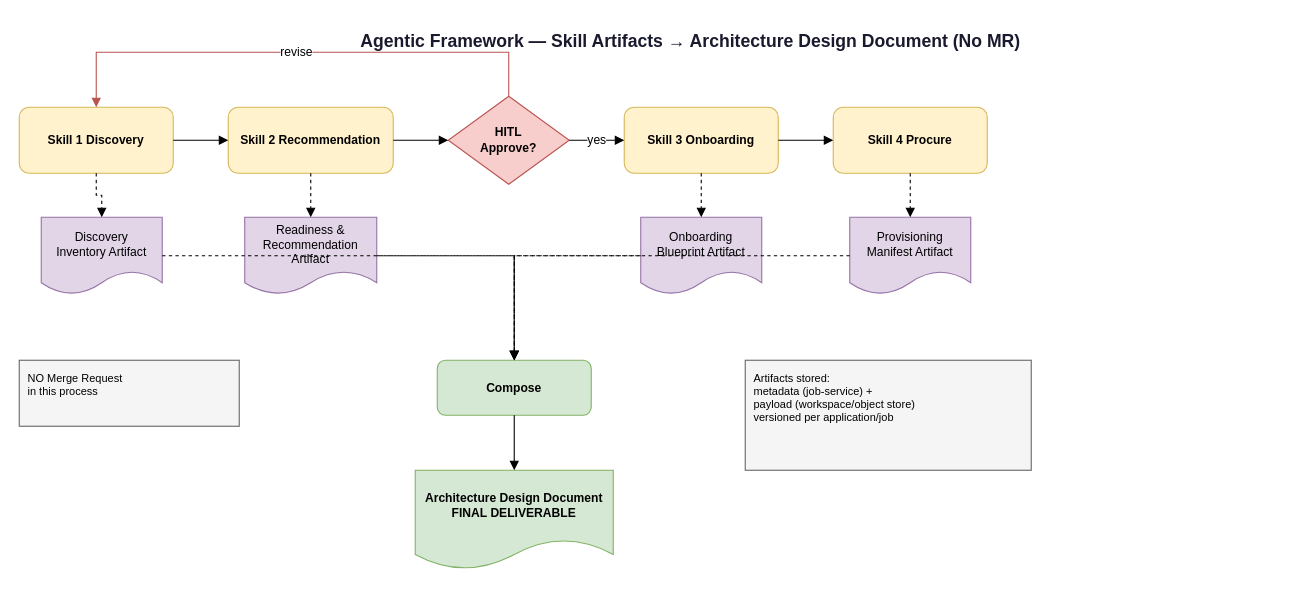
Earlier version of the draw.io diagram docs/07-skill-artifacts.drawio (shivank22/ICE). Source tidied: cells renumbered, new cells numbered last; positions are measured from the earlier drawing's top-left corner, leaving out a move shared by most shapes. Both pictures are drawn from the tidied source at 110%, with x=0, y=0 at pixel (19, 19).
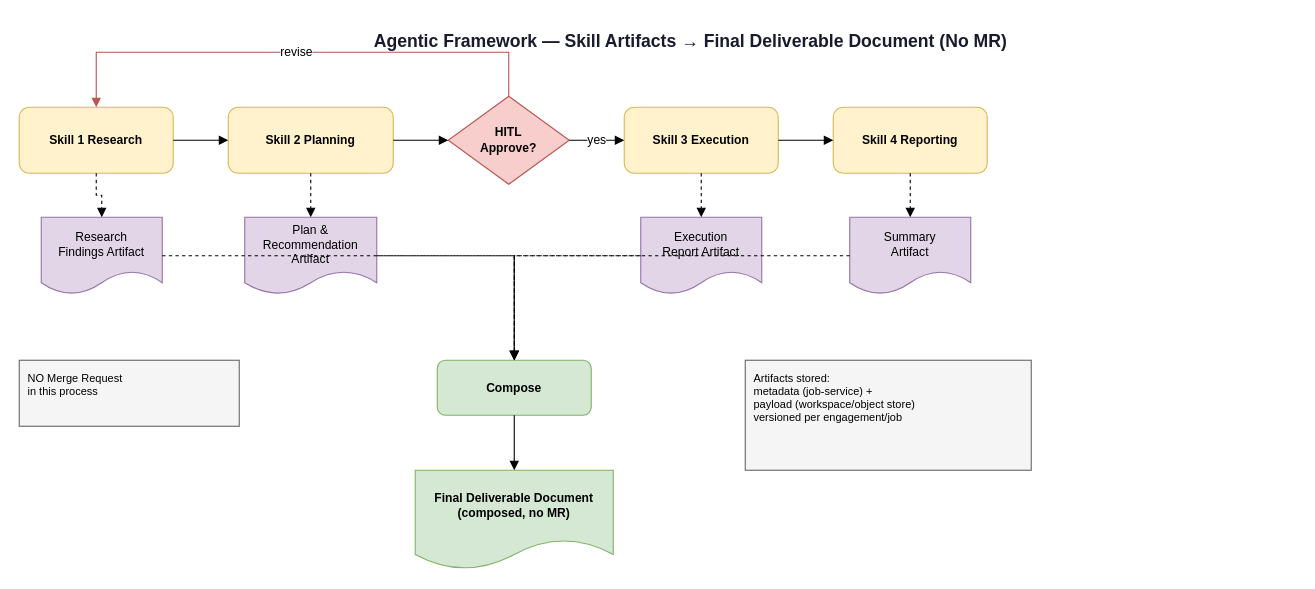
Above is the later version.

The change refers to these unchanged cells:
```xml
<mxCell id="7" value="HITL&#10;Approve?" style="rhombus;whiteSpace=wrap;html=1;fillColor=#f8cecc;strokeColor=#b85450;fontSize=11;fontStyle=1;" parent="1" vertex="1">
  <mxGeometry x="390" y="70" width="110" height="80" as="geometry" />
</mxCell>
<mxCell id="12" value="Compose" style="rounded=1;whiteSpace=wrap;html=1;fillColor=#d5e8d4;strokeColor=#82b366;fontSize=11;fontStyle=1;" parent="1" vertex="1">
  <mxGeometry x="380" y="310" width="140" height="50" as="geometry" />
</mxCell>
```

Diff of the diagram source:
```diff
@@
-    <mxCell id="2" value="Agentic Framework — Skill Artifacts → Architecture Design Document (No MR)" style="text;html=1;strokeColor=none;fillColor=none;align=center;verticalAlign=middle;fontStyle=1;fontSize=16;fontColor=#1a1a2e;" parent="1" vertex="1">
+    <mxCell id="2" value="Agentic Framework — Skill Artifacts → Final Deliverable Document (No MR)" style="text;html=1;strokeColor=none;fillColor=none;align=center;verticalAlign=middle;fontStyle=1;fontSize=16;fontColor=#1a1a2e;" parent="1" vertex="1">
       <mxGeometry x="60" width="1100" height="40" as="geometry" />
     </mxCell>
-    <mxCell id="3" value="Skill 1 Discovery" style="rounded=1;whiteSpace=wrap;html=1;fillColor=#fff2cc;strokeColor=#d6b656;fontSize=11;fontStyle=1;" parent="1" vertex="1">
+    <mxCell id="3" value="Skill 1 Research" style="rounded=1;whiteSpace=wrap;html=1;fillColor=#fff2cc;strokeColor=#d6b656;fontSize=11;fontStyle=1;" parent="1" vertex="1">
       <mxGeometry y="80" width="140" height="60" as="geometry" />
     </mxCell>
-    <mxCell id="4" value="Discovery&#10;Inventory Artifact" style="shape=document;whiteSpace=wrap;html=1;boundedLbl=1;fillColor=#e1d5e7;strokeColor=#9673a6;fontSize=11;" parent="1" vertex="1">
+    <mxCell id="4" value="Research&#10;Findings Artifact" style="shape=document;whiteSpace=wrap;html=1;boundedLbl=1;fillColor=#e1d5e7;strokeColor=#9673a6;fontSize=11;" parent="1" vertex="1">
       <mxGeometry x="20" y="180" width="110" height="70" as="geometry" />
     </mxCell>
-    <mxCell id="5" value="Skill 2 Recommendation" style="rounded=1;whiteSpace=wrap;html=1;fillColor=#fff2cc;strokeColor=#d6b656;fontSize=11;fontStyle=1;" parent="1" vertex="1">
+    <mxCell id="5" value="Skill 2 Planning" style="rounded=1;whiteSpace=wrap;html=1;fillColor=#fff2cc;strokeColor=#d6b656;fontSize=11;fontStyle=1;" parent="1" vertex="1">
       <mxGeometry x="190" y="80" width="150" height="60" as="geometry" />
     </mxCell>
-    <mxCell id="6" value="Readiness &amp;&#10;Recommendation Artifact" style="shape=document;whiteSpace=wrap;html=1;boundedLbl=1;fillColor=#e1d5e7;strokeColor=#9673a6;fontSize=11;" parent="1" vertex="1">
+    <mxCell id="6" value="Plan &amp;&#10;Recommendation Artifact" style="shape=document;whiteSpace=wrap;html=1;boundedLbl=1;fillColor=#e1d5e7;strokeColor=#9673a6;fontSize=11;" parent="1" vertex="1">
       <mxGeometry x="205" y="180" width="120" height="70" as="geometry" />
     </mxCell>
@@
-    <mxCell id="8" value="Skill 3 Onboarding" style="rounded=1;whiteSpace=wrap;html=1;fillColor=#fff2cc;strokeColor=#d6b656;fontSize=11;fontStyle=1;" parent="1" vertex="1">
+    <mxCell id="8" value="Skill 3 Execution" style="rounded=1;whiteSpace=wrap;html=1;fillColor=#fff2cc;strokeColor=#d6b656;fontSize=11;fontStyle=1;" parent="1" vertex="1">
       <mxGeometry x="550" y="80" width="140" height="60" as="geometry" />
     </mxCell>
-    <mxCell id="9" value="Onboarding&#10;Blueprint Artifact" style="shape=document;whiteSpace=wrap;html=1;boundedLbl=1;fillColor=#e1d5e7;strokeColor=#9673a6;fontSize=11;" parent="1" vertex="1">
+    <mxCell id="9" value="Execution&#10;Report Artifact" style="shape=document;whiteSpace=wrap;html=1;boundedLbl=1;fillColor=#e1d5e7;strokeColor=#9673a6;fontSize=11;" parent="1" vertex="1">
       <mxGeometry x="565" y="180" width="110" height="70" as="geometry" />
     </mxCell>
-    <mxCell id="10" value="Skill 4 Procure" style="rounded=1;whiteSpace=wrap;html=1;fillColor=#fff2cc;strokeColor=#d6b656;fontSize=11;fontStyle=1;" parent="1" vertex="1">
+    <mxCell id="10" value="Skill 4 Reporting" style="rounded=1;whiteSpace=wrap;html=1;fillColor=#fff2cc;strokeColor=#d6b656;fontSize=11;fontStyle=1;" parent="1" vertex="1">
       <mxGeometry x="740" y="80" width="140" height="60" as="geometry" />
     </mxCell>
-    <mxCell id="11" value="Provisioning&#10;Manifest Artifact" style="shape=document;whiteSpace=wrap;html=1;boundedLbl=1;fillColor=#e1d5e7;strokeColor=#9673a6;fontSize=11;" parent="1" vertex="1">
+    <mxCell id="11" value="Summary&#10;Artifact" style="shape=document;whiteSpace=wrap;html=1;boundedLbl=1;fillColor=#e1d5e7;strokeColor=#9673a6;fontSize=11;" parent="1" vertex="1">
       <mxGeometry x="755" y="180" width="110" height="70" as="geometry" />
     </mxCell>
@@
-    <mxCell id="13" value="Architecture Design Document&#10;FINAL DELIVERABLE" style="shape=document;whiteSpace=wrap;html=1;boundedLbl=1;fillColor=#d5e8d4;strokeColor=#82b366;fontSize=11;fontStyle=1;" parent="1" vertex="1">
+    <mxCell id="13" value="Final Deliverable Document&#10;(composed, no MR)" style="shape=document;whiteSpace=wrap;html=1;boundedLbl=1;fillColor=#d5e8d4;strokeColor=#82b366;fontSize=11;fontStyle=1;" parent="1" vertex="1">
       <mxGeometry x="360" y="410" width="180" height="90" as="geometry" />
     </mxCell>
@@
-    <mxCell id="15" value="Artifacts stored:&#10;metadata (job-service) +&#10;payload (workspace/object store)&#10;versioned per application/job" style="rounded=0;whiteSpace=wrap;html=1;align=left;verticalAlign=top;fillColor=#f5f5f5;strokeColor=#666666;fontSize=10;spacingLeft=6;spacingTop=4;" parent="1" vertex="1">
+    <mxCell id="15" value="Artifacts stored:&#10;metadata (job-service) +&#10;payload (workspace/object store)&#10;versioned per engagement/job" style="rounded=0;whiteSpace=wrap;html=1;align=left;verticalAlign=top;fillColor=#f5f5f5;strokeColor=#666666;fontSize=10;spacingLeft=6;spacingTop=4;" parent="1" vertex="1">
       <mxGeometry x="660" y="310" width="260" height="100" as="geometry" />
     </mxCell>
-    <mxCell id="16" style="edgeStyle=orthogonalEdgeStyle;rounded=0;html=1;endArrow=block;endFill=1;dashed=1;strokeWidth=1;" parent="1" edge="1" source="3" target="4">
+    <mxCell id="16" style="edgeStyle=orthogonalEdgeStyle;rounded=0;html=1;endArrow=block;endFill=1;dashed=1;strokeWidth=1;labelBackgroundColor=#ffffff;" parent="1" edge="1" source="3" target="4">
       <mxGeometry relative="1" as="geometry" />
     </mxCell>
-    <mxCell id="17" style="edgeStyle=orthogonalEdgeStyle;rounded=0;html=1;endArrow=block;endFill=1;dashed=1;strokeWidth=1;" parent="1" edge="1" source="5" target="6">
+    <mxCell id="17" style="edgeStyle=orthogonalEdgeStyle;rounded=0;html=1;endArrow=block;endFill=1;dashed=1;strokeWidth=1;labelBackgroundColor=#ffffff;" parent="1" edge="1" source="5" target="6">
       <mxGeometry relative="1" as="geometry" />
     </mxCell>
-    <mxCell id="18" style="edgeStyle=orthogonalEdgeStyle;rounded=0;html=1;endArrow=block;endFill=1;dashed=1;strokeWidth=1;" parent="1" edge="1" source="8" target="9">
+    <mxCell id="18" style="edgeStyle=orthogonalEdgeStyle;rounded=0;html=1;endArrow=block;endFill=1;dashed=1;strokeWidth=1;labelBackgroundColor=#ffffff;" parent="1" edge="1" source="8" target="9">
       <mxGeometry relative="1" as="geometry" />
     </mxCell>
-    <mxCell id="19" style="edgeStyle=orthogonalEdgeStyle;rounded=0;html=1;endArrow=block;endFill=1;dashed=1;strokeWidth=1;" parent="1" edge="1" source="10" target="11">
+    <mxCell id="19" style="edgeStyle=orthogonalEdgeStyle;rounded=0;html=1;endArrow=block;endFill=1;dashed=1;strokeWidth=1;labelBackgroundColor=#ffffff;" parent="1" edge="1" source="10" target="11">
       <mxGeometry relative="1" as="geometry" />
     </mxCell>
-    <mxCell id="20" style="edgeStyle=orthogonalEdgeStyle;rounded=0;html=1;endArrow=block;endFill=1;strokeWidth=1;" parent="1" edge="1" source="3" target="5">
+    <mxCell id="20" style="edgeStyle=orthogonalEdgeStyle;rounded=0;html=1;endArrow=block;endFill=1;strokeWidth=1;labelBackgroundColor=#ffffff;" parent="1" edge="1" source="3" target="5">
       <mxGeometry relative="1" as="geometry" />
     </mxCell>
-    <mxCell id="21" style="edgeStyle=orthogonalEdgeStyle;rounded=0;html=1;endArrow=block;endFill=1;strokeWidth=1;" parent="1" edge="1" source="5" target="7">
+    <mxCell id="21" style="edgeStyle=orthogonalEdgeStyle;rounded=0;html=1;endArrow=block;endFill=1;strokeWidth=1;labelBackgroundColor=#ffffff;" parent="1" edge="1" source="5" target="7">
       <mxGeometry relative="1" as="geometry" />
     </mxCell>
-    <mxCell id="22" value="yes" style="edgeStyle=orthogonalEdgeStyle;rounded=0;html=1;endArrow=block;endFill=1;strokeWidth=1;" parent="1" edge="1" source="7" target="8">
+    <mxCell id="22" value="yes" style="edgeStyle=orthogonalEdgeStyle;rounded=0;html=1;endArrow=block;endFill=1;strokeWidth=1;labelBackgroundColor=#ffffff;" parent="1" edge="1" source="7" target="8">
       <mxGeometry relative="1" as="geometry" />
     </mxCell>
-    <mxCell id="23" style="edgeStyle=orthogonalEdgeStyle;rounded=0;html=1;endArrow=block;endFill=1;strokeWidth=1;" parent="1" edge="1" source="8" target="10">
+    <mxCell id="23" style="edgeStyle=orthogonalEdgeStyle;rounded=0;html=1;endArrow=block;endFill=1;strokeWidth=1;labelBackgroundColor=#ffffff;" parent="1" edge="1" source="8" target="10">
       <mxGeometry relative="1" as="geometry" />
     </mxCell>
-    <mxCell id="24" value="revise" style="edgeStyle=orthogonalEdgeStyle;rounded=0;html=1;endArrow=block;endFill=1;strokeColor=#b85450;" parent="1" edge="1" source="7" target="3">
+    <mxCell id="24" value="revise" style="edgeStyle=orthogonalEdgeStyle;rounded=0;html=1;endArrow=block;endFill=1;strokeColor=#b85450;labelBackgroundColor=#ffffff;" parent="1" edge="1" source="7" target="3">
       <mxGeometry relative="1" as="geometry">
         <Array as="points">
           <mxPoint x="445" y="30" />
           <mxPoint x="70" y="30" />
         </Array>
       </mxGeometry>
     </mxCell>
-    <mxCell id="25" style="edgeStyle=orthogonalEdgeStyle;rounded=0;html=1;endArrow=block;endFill=1;dashed=1;strokeWidth=1;" parent="1" edge="1" source="4" target="12">
+    <mxCell id="25" style="edgeStyle=orthogonalEdgeStyle;rounded=0;html=1;endArrow=block;endFill=1;dashed=1;strokeWidth=1;labelBackgroundColor=#ffffff;" parent="1" edge="1" source="4" target="12">
       <mxGeometry relative="1" as="geometry" />
     </mxCell>
-    <mxCell id="26" style="edgeStyle=orthogonalEdgeStyle;rounded=0;html=1;endArrow=block;endFill=1;dashed=1;strokeWidth=1;" parent="1" edge="1" source="6" target="12">
+    <mxCell id="26" style="edgeStyle=orthogonalEdgeStyle;rounded=0;html=1;endArrow=block;endFill=1;dashed=1;strokeWidth=1;labelBackgroundColor=#ffffff;" parent="1" edge="1" source="6" target="12">
       <mxGeometry relative="1" as="geometry" />
     </mxCell>
-    <mxCell id="27" style="edgeStyle=orthogonalEdgeStyle;rounded=0;html=1;endArrow=block;endFill=1;dashed=1;strokeWidth=1;" parent="1" edge="1" source="9" target="12">
+    <mxCell id="27" style="edgeStyle=orthogonalEdgeStyle;rounded=0;html=1;endArrow=block;endFill=1;dashed=1;strokeWidth=1;labelBackgroundColor=#ffffff;" parent="1" edge="1" source="9" target="12">
       <mxGeometry relative="1" as="geometry" />
     </mxCell>
-    <mxCell id="28" style="edgeStyle=orthogonalEdgeStyle;rounded=0;html=1;endArrow=block;endFill=1;dashed=1;strokeWidth=1;" parent="1" edge="1" source="11" target="12">
+    <mxCell id="28" style="edgeStyle=orthogonalEdgeStyle;rounded=0;html=1;endArrow=block;endFill=1;dashed=1;strokeWidth=1;labelBackgroundColor=#ffffff;" parent="1" edge="1" source="11" target="12">
       <mxGeometry relative="1" as="geometry" />
     </mxCell>
-    <mxCell id="29" style="edgeStyle=orthogonalEdgeStyle;rounded=0;html=1;endArrow=block;endFill=1;strokeWidth=1;" parent="1" edge="1" source="12" target="13">
+    <mxCell id="29" style="edgeStyle=orthogonalEdgeStyle;rounded=0;html=1;endArrow=block;endFill=1;strokeWidth=1;labelBackgroundColor=#ffffff;" parent="1" edge="1" source="12" target="13">
       <mxGeometry relative="1" as="geometry" />
     </mxCell>
```
